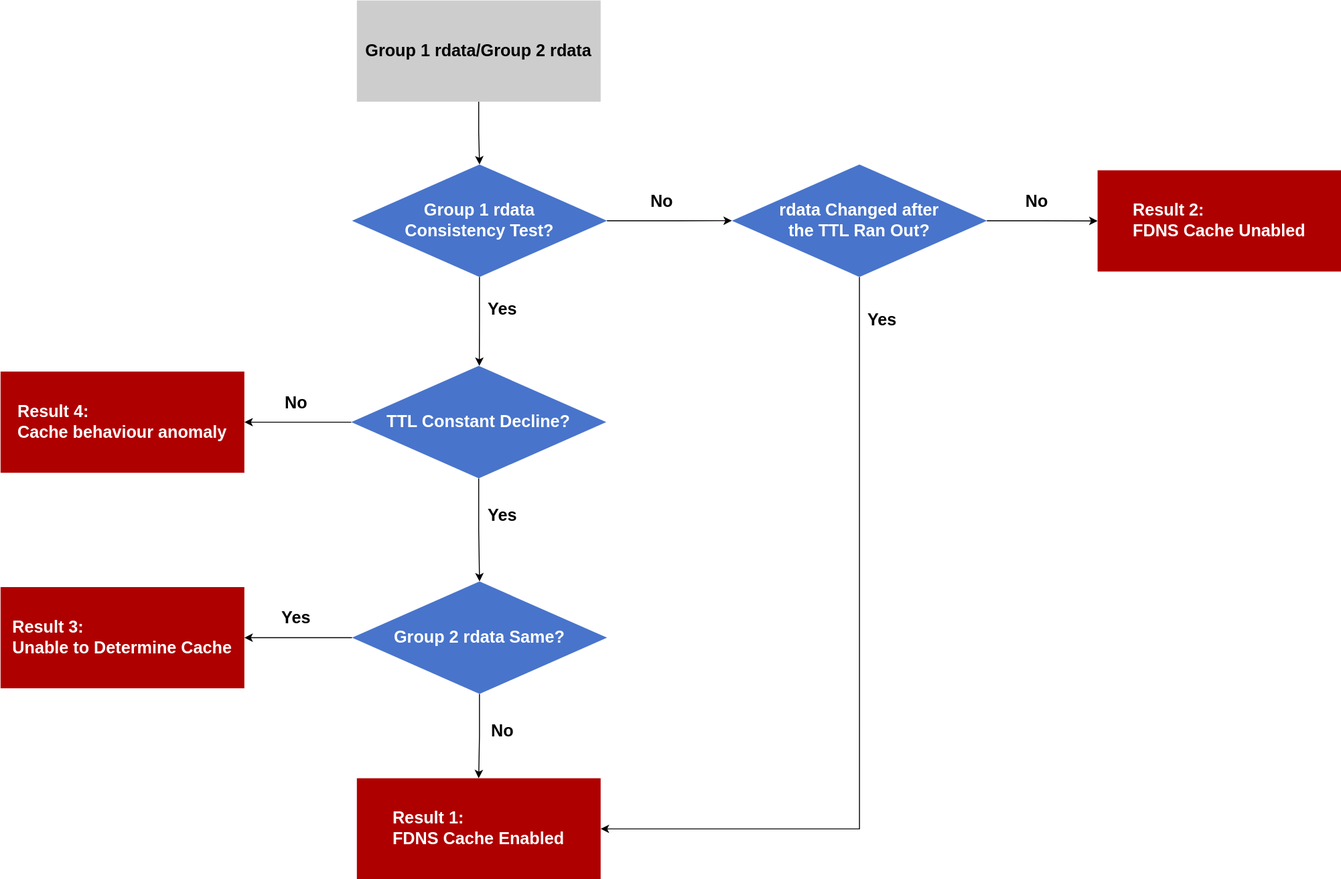
The draw.io diagram 流程图.svg in pythontha/Forwarder-cache, before a commit. Source tidied: cells renumbered, new cells last; positions are measured from the earlier drawing's top-left corner, leaving out a move shared by most shapes.
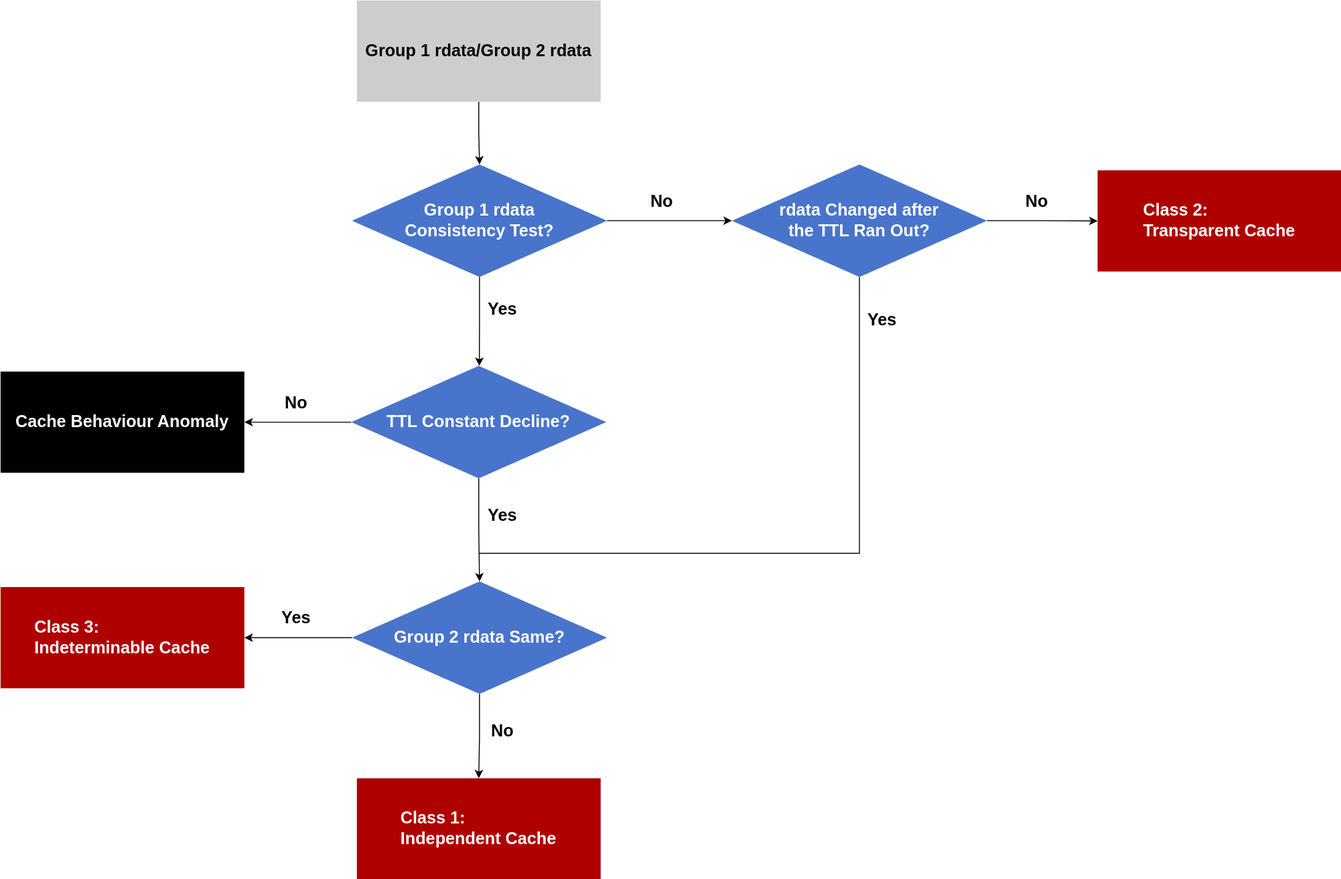
The same file after the commit.

Commit message:
更新流程图.svg

Change to the diagram source:
```diff
@@ -45,17 +45,22 @@
     <mxCell id="14" value="&lt;font style=&quot;font-size: 18px; color: light-dark(rgb(255, 255, 255), rgb(237, 237, 237));&quot;&gt;&lt;b&gt;TTL Constant Decline?&lt;/b&gt;&lt;/font&gt;" style="rhombus;whiteSpace=wrap;html=1;rounded=0;strokeColor=none;fillColor=light-dark(#4874cb, #ededed);" parent="1" vertex="1">
       <mxGeometry x="374" y="390" width="272" height="120" as="geometry" />
     </mxCell>
-    <mxCell id="15" value="&lt;div style=&quot;text-align: left;&quot;&gt;&lt;span style=&quot;font-size: 18px;&quot;&gt;&lt;b&gt;&lt;font style=&quot;color: light-dark(rgb(255, 255, 255), rgb(237, 237, 237));&quot;&gt;Result 1:&lt;/font&gt;&lt;/b&gt;&lt;/span&gt;&lt;/div&gt;&lt;font color=&quot;#ffffff&quot;&gt;&lt;span style=&quot;font-size: 18px;&quot;&gt;&lt;b&gt;FDNS Cache Enabled&lt;/b&gt;&lt;/span&gt;&lt;/font&gt;" style="whiteSpace=wrap;html=1;rounded=0;align=center;strokeColor=none;fillColor=light-dark(#af0000, #ededed);" parent="1" vertex="1">
+    <mxCell id="15" value="&lt;div style=&quot;text-align: left;&quot;&gt;&lt;span style=&quot;font-size: 18px;&quot;&gt;&lt;b&gt;&lt;font style=&quot;color: light-dark(rgb(255, 255, 255), rgb(237, 237, 237));&quot;&gt;Class 1:&lt;/font&gt;&lt;/b&gt;&lt;/span&gt;&lt;/div&gt;&lt;font color=&quot;#ffffff&quot;&gt;&lt;span style=&quot;font-size: 18px;&quot;&gt;&lt;b&gt;Independent Cache&lt;/b&gt;&lt;/span&gt;&lt;/font&gt;" style="whiteSpace=wrap;html=1;rounded=0;align=center;strokeColor=none;fillColor=light-dark(#af0000, #ededed);" parent="1" vertex="1">
       <mxGeometry x="380" y="830" width="260" height="108" as="geometry" />
     </mxCell>
     <mxCell id="16" value="&lt;font style=&quot;font-size: 18px;&quot;&gt;&lt;b&gt;Yes&lt;/b&gt;&lt;/font&gt;" style="text;html=1;align=center;verticalAlign=middle;strokeColor=none;fillColor=none;" parent="1" vertex="1">
       <mxGeometry x="510" y="530" width="50" height="40" as="geometry" />
     </mxCell>
-    <mxCell id="17" value="&lt;div style=&quot;text-align: left;&quot;&gt;&lt;font style=&quot;font-size: 18px; color: light-dark(rgb(255, 255, 255), rgb(237, 237, 237));&quot;&gt;&lt;span style=&quot;&quot;&gt;&lt;b&gt;Result 4:&lt;/b&gt;&lt;/span&gt;&lt;/font&gt;&lt;/div&gt;&lt;font style=&quot;font-size: 18px; color: light-dark(rgb(255, 255, 255), rgb(237, 237, 237));&quot;&gt;&lt;b&gt;Cache behaviour anomaly&lt;/b&gt;&lt;/font&gt;" style="whiteSpace=wrap;html=1;rounded=0;strokeColor=none;fillColor=light-dark(#af0000, #ededed);" parent="1" vertex="1">
+    <mxCell id="17" value="&lt;div style=&quot;text-align: left;&quot;&gt;&lt;b style=&quot;color: light-dark(rgb(255, 255, 255), rgb(237, 237, 237)); font-size: 18px; background-color: transparent; text-align: center;&quot;&gt;Cache Behaviour Anomaly&lt;/b&gt;&lt;/div&gt;" style="whiteSpace=wrap;html=1;rounded=0;strokeColor=none;fillColor=light-dark(#000000,#EDEDED);" parent="1" vertex="1">
       <mxGeometry y="396" width="260" height="108" as="geometry" />
     </mxCell>
-    <mxCell id="18" style="edgeStyle=orthogonalEdgeStyle;rounded=0;jettySize=auto;html=1;entryX=1;entryY=0.5;entryDx=0;entryDy=0;exitX=0.5;exitY=1;exitDx=0;exitDy=0;" parent="1" edge="1" source="20" target="15">
-      <mxGeometry relative="1" as="geometry" />
+    <mxCell id="18" style="edgeStyle=orthogonalEdgeStyle;rounded=0;jettySize=auto;html=1;exitX=0.5;exitY=1;exitDx=0;exitDy=0;endArrow=none;startFill=0;" parent="1" edge="1" source="20">
+      <mxGeometry relative="1" as="geometry">
+        <mxPoint x="510" y="590" as="targetPoint" />
+        <Array as="points">
+          <mxPoint x="916" y="590" />
+        </Array>
+      </mxGeometry>
     </mxCell>
     <mxCell id="19" style="edgeStyle=orthogonalEdgeStyle;rounded=0;jettySize=auto;html=1;" parent="1" edge="1" source="20" target="22">
       <mxGeometry relative="1" as="geometry" />
@@ -66,13 +71,13 @@
     <mxCell id="21" value="&lt;font style=&quot;font-size: 18px;&quot;&gt;&lt;b&gt;Yes&lt;/b&gt;&lt;/font&gt;" style="text;html=1;align=center;verticalAlign=middle;strokeColor=none;fillColor=none;" parent="1" vertex="1">
       <mxGeometry x="915" y="321" width="50" height="40" as="geometry" />
     </mxCell>
-    <mxCell id="22" value="&lt;div style=&quot;text-align: left;&quot;&gt;&lt;font style=&quot;color: light-dark(rgb(255, 255, 255), rgb(237, 237, 237));&quot;&gt;&lt;b&gt;&lt;span style=&quot;font-size: 18px;&quot;&gt;Result 2:&lt;/span&gt;&lt;span style=&quot;font-size: 18px;&quot;&gt;&lt;/span&gt;&lt;/b&gt;&lt;/font&gt;&lt;/div&gt;&lt;span style=&quot;font-size: 18px;&quot;&gt;&lt;font style=&quot;color: light-dark(rgb(255, 255, 255), rgb(237, 237, 237));&quot;&gt;&lt;b&gt;FDNS Cache Unabled&lt;/b&gt;&lt;/font&gt;&lt;/span&gt;" style="whiteSpace=wrap;html=1;rounded=0;fillColor=light-dark(#AF0000,#EDEDED);strokeColor=none;" parent="1" vertex="1">
+    <mxCell id="22" value="&lt;div style=&quot;text-align: left;&quot;&gt;&lt;font style=&quot;color: light-dark(rgb(255, 255, 255), rgb(237, 237, 237));&quot;&gt;&lt;b&gt;&lt;span style=&quot;font-size: 18px;&quot;&gt;Class 2:&lt;/span&gt;&lt;span style=&quot;font-size: 18px;&quot;&gt;&lt;/span&gt;&lt;/b&gt;&lt;/font&gt;&lt;/div&gt;&lt;span style=&quot;font-size: 18px;&quot;&gt;&lt;font style=&quot;color: light-dark(rgb(255, 255, 255), rgb(237, 237, 237));&quot;&gt;&lt;b&gt;Transparent Cache&lt;/b&gt;&lt;/font&gt;&lt;/span&gt;" style="whiteSpace=wrap;html=1;rounded=0;fillColor=light-dark(#AF0000,#EDEDED);strokeColor=none;" parent="1" vertex="1">
       <mxGeometry x="1170" y="181.2" width="260" height="108" as="geometry" />
     </mxCell>
     <mxCell id="23" value="&lt;font style=&quot;font-size: 18px;&quot;&gt;&lt;b&gt;No&lt;/b&gt;&lt;/font&gt;" style="text;html=1;align=center;verticalAlign=middle;strokeColor=none;fillColor=none;" parent="1" vertex="1">
       <mxGeometry x="1080" y="195" width="50" height="40" as="geometry" />
     </mxCell>
-    <mxCell id="24" value="&lt;div style=&quot;text-align: left;&quot;&gt;&lt;font style=&quot;font-size: 18px; color: light-dark(rgb(255, 255, 255), rgb(237, 237, 237));&quot;&gt;&lt;span style=&quot;&quot;&gt;&lt;b&gt;Result 3:&lt;/b&gt;&lt;/span&gt;&lt;/font&gt;&lt;/div&gt;&lt;font style=&quot;font-size: 18px; color: light-dark(rgb(255, 255, 255), rgb(237, 237, 237));&quot;&gt;&lt;b&gt;Unable to Determine Cache&lt;/b&gt;&lt;/font&gt;" style="whiteSpace=wrap;html=1;rounded=0;strokeColor=none;fillColor=light-dark(#af0000, #ededed);" parent="1" vertex="1">
+    <mxCell id="24" value="&lt;div style=&quot;text-align: left;&quot;&gt;&lt;font style=&quot;font-size: 18px; color: light-dark(rgb(255, 255, 255), rgb(237, 237, 237));&quot;&gt;&lt;span style=&quot;&quot;&gt;&lt;b&gt;Class 3:&lt;/b&gt;&lt;/span&gt;&lt;/font&gt;&lt;/div&gt;&lt;font style=&quot;&quot;&gt;&lt;font color=&quot;#ffffff&quot;&gt;&lt;span style=&quot;font-size: 18px;&quot;&gt;&lt;b&gt;Indeterminable&lt;/b&gt;&lt;/span&gt;&lt;/font&gt;&lt;b style=&quot;color: light-dark(rgb(255, 255, 255), rgb(237, 237, 237)); font-size: 18px;&quot;&gt;&amp;nbsp;Cache&lt;/b&gt;&lt;/font&gt;" style="whiteSpace=wrap;html=1;rounded=0;strokeColor=none;fillColor=light-dark(#af0000, #ededed);" parent="1" vertex="1">
       <mxGeometry y="626" width="260" height="108" as="geometry" />
     </mxCell>
     <mxCell id="25" value="&lt;font style=&quot;font-size: 18px;&quot;&gt;&lt;b&gt;No&lt;/b&gt;&lt;/font&gt;" style="text;html=1;align=center;verticalAlign=middle;strokeColor=none;fillColor=none;" parent="1" vertex="1">
```
